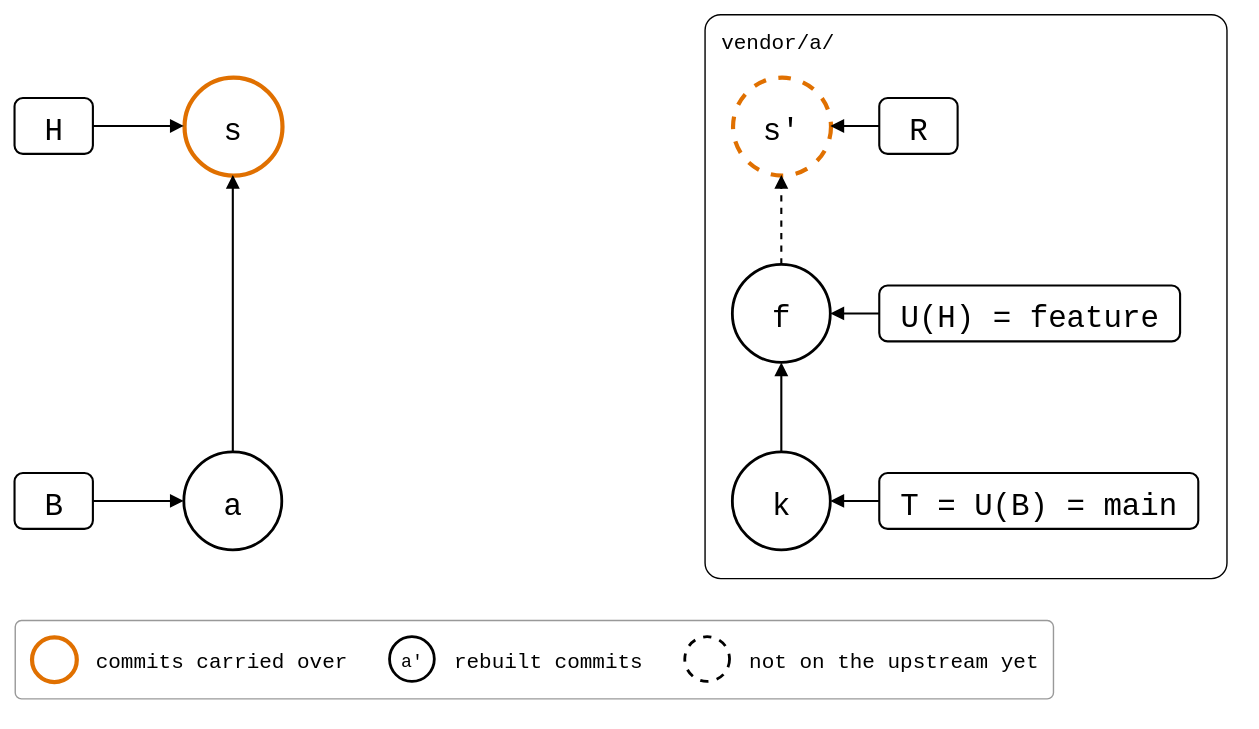
roschaefer/episodes keeps this draw.io diagram as git-splice/test/scenarios/03-branches-and-teamwork/03-squash-merged-pull/01-local-edit-in-the-squash/local-edit-in-the-squash.drawio.svg. Above is the earlier version. Source tidied: cells renumbered, new cells last; positions are measured from the earlier drawing's top-left corner, leaving out a move shared by most shapes.
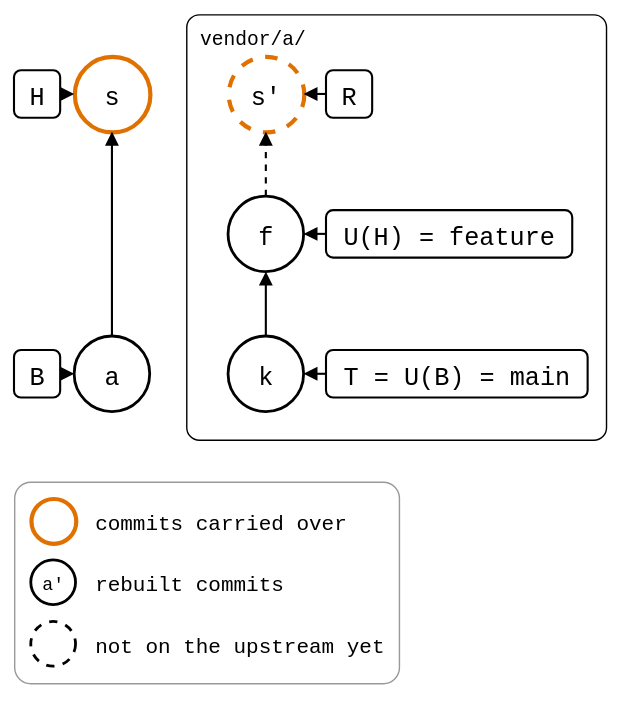
The same file after the commit.

Change to the diagram source:
```diff
@@ -2,65 +2,65 @@
   <root>
     <mxCell id="0" />
     <mxCell id="1" parent="0" />
-    <mxCell id="2" value="vendor/a/" style="rounded=1;arcSize=3;fillColor=none;strokeWidth=1;fontSize=15;verticalAlign=top;align=left;spacingLeft=10;spacingTop=4;fontFamily=Roboto Mono,monospace;" parent="1" vertex="1">
-      <mxGeometry x="493" width="373" height="403" as="geometry" />
+    <mxCell id="2" value="vendor/a/" style="rounded=1;arcSize=3;fillColor=none;strokeWidth=1;fontSize=14;verticalAlign=top;align=left;spacingLeft=8;spacingTop=2;fontFamily=Roboto Mono,monospace;" parent="1" vertex="1">
+      <mxGeometry x="32" y="-19" width="300" height="304" as="geometry" />
     </mxCell>
-    <mxCell id="3" value="a" style="ellipse;strokeWidth=2;fontSize=22;fontFamily=Roboto Mono,monospace;" parent="1" vertex="1">
-      <mxGeometry x="121" y="313" width="70" height="70" as="geometry" />
+    <mxCell id="3" value="a" style="ellipse;strokeWidth=2;fontSize=18;fontFamily=Roboto Mono,monospace;" parent="1" vertex="1">
+      <mxGeometry x="-48" y="211" width="54" height="54" as="geometry" />
     </mxCell>
-    <mxCell id="4" value="s" style="ellipse;fontSize=22;fontFamily=Roboto Mono,monospace;strokeColor=#E07000;strokeWidth=3;" parent="1" vertex="1">
-      <mxGeometry x="121" y="45" width="70" height="70" as="geometry" />
+    <mxCell id="4" value="s" style="ellipse;fontSize=18;fontFamily=Roboto Mono,monospace;strokeColor=#E07000;strokeWidth=3;" parent="1" vertex="1">
+      <mxGeometry x="-48" y="11" width="54" height="54" as="geometry" />
     </mxCell>
+    <mxCell id="8" value="H" style="rounded=1;strokeWidth=1.5;fontSize=18;fontFamily=Roboto Mono,monospace;" parent="1" vertex="1">
+      <mxGeometry x="-91" y="21" width="33" height="34" as="geometry" />
+    </mxCell>
+    <mxCell id="10" value="B" style="rounded=1;strokeWidth=1.5;fontSize=18;fontFamily=Roboto Mono,monospace;" parent="1" vertex="1">
+      <mxGeometry x="-91" y="221" width="33" height="34" as="geometry" />
+    </mxCell>
-    <mxCell id="5" value="k" style="ellipse;strokeWidth=2;fontSize=22;fontFamily=Roboto Mono,monospace;" parent="1" vertex="1">
-      <mxGeometry x="513" y="313" width="70" height="70" as="geometry" />
+    <mxCell id="5" value="k" style="ellipse;strokeWidth=2;fontSize=18;fontFamily=Roboto Mono,monospace;" parent="1" vertex="1">
+      <mxGeometry x="62" y="211" width="54" height="54" as="geometry" />
     </mxCell>
-    <mxCell id="6" value="f" style="ellipse;strokeWidth=2;fontSize=22;fontFamily=Roboto Mono,monospace;" parent="1" vertex="1">
-      <mxGeometry x="513" y="179" width="70" height="70" as="geometry" />
+    <mxCell id="6" value="f" style="ellipse;strokeWidth=2;fontSize=18;fontFamily=Roboto Mono,monospace;" parent="1" vertex="1">
+      <mxGeometry x="62" y="111" width="54" height="54" as="geometry" />
     </mxCell>
-    <mxCell id="7" value="s'" style="ellipse;fontSize=22;fontFamily=Roboto Mono,monospace;dashed=1;strokeColor=#E07000;strokeWidth=3;" parent="1" vertex="1">
-      <mxGeometry x="513" y="45" width="70" height="70" as="geometry" />
+    <mxCell id="7" value="s'" style="ellipse;fontSize=18;fontFamily=Roboto Mono,monospace;dashed=1;strokeColor=#E07000;strokeWidth=3;" parent="1" vertex="1">
+      <mxGeometry x="62" y="11" width="54" height="54" as="geometry" />
     </mxCell>
-    <mxCell id="8" value="H" style="rounded=1;strokeWidth=1.5;fontSize=22;fontFamily=Roboto Mono,monospace;" parent="1" vertex="1">
-      <mxGeometry y="60" width="56" height="40" as="geometry" />
-    </mxCell>
+    <mxCell id="12" value="T = U(B) = main" style="rounded=1;strokeWidth=1.5;fontSize=18;fontFamily=Roboto Mono,monospace;" parent="1" vertex="1">
+      <mxGeometry x="132" y="221" width="187" height="34" as="geometry" />
+    </mxCell>
+    <mxCell id="14" value="U(H) = feature" style="rounded=1;strokeWidth=1.5;fontSize=18;fontFamily=Roboto Mono,monospace;" parent="1" vertex="1">
+      <mxGeometry x="132" y="121" width="176" height="34" as="geometry" />
+    </mxCell>
+    <mxCell id="16" value="R" style="rounded=1;strokeWidth=1.5;fontSize=18;fontFamily=Roboto Mono,monospace;" parent="1" vertex="1">
+      <mxGeometry x="132" y="21" width="33" height="34" as="geometry" />
+    </mxCell>
-    <mxCell id="9" style="endArrow=block;endFill=1;html=1;strokeWidth=1.5;rounded=0;" parent="1" edge="1" source="8" target="4">
+    <mxCell id="9" style="endArrow=block;endFill=1;html=1;strokeWidth=1.5;rounded=0;" parent="1" edge="1" source="3" target="4">
       <mxGeometry relative="1" as="geometry" />
     </mxCell>
-    <mxCell id="10" value="B" style="rounded=1;strokeWidth=1.5;fontSize=22;fontFamily=Roboto Mono,monospace;" parent="1" vertex="1">
-      <mxGeometry y="328" width="56" height="40" as="geometry" />
-    </mxCell>
-    <mxCell id="11" style="endArrow=block;endFill=1;html=1;strokeWidth=1.5;rounded=0;" parent="1" edge="1" source="10" target="3">
+    <mxCell id="11" style="endArrow=block;endFill=1;html=1;strokeWidth=1.5;rounded=0;" parent="1" edge="1" source="8" target="4">
       <mxGeometry relative="1" as="geometry" />
     </mxCell>
-    <mxCell id="12" value="T = U(B) = main" style="rounded=1;strokeWidth=1.5;fontSize=22;fontFamily=Roboto Mono,monospace;" parent="1" vertex="1">
-      <mxGeometry x="618" y="328" width="228" height="40" as="geometry" />
-    </mxCell>
-    <mxCell id="13" style="endArrow=block;endFill=1;html=1;strokeWidth=1.5;rounded=0;" parent="1" edge="1" source="12" target="5">
+    <mxCell id="13" style="endArrow=block;endFill=1;html=1;strokeWidth=1.5;rounded=0;" parent="1" edge="1" source="10" target="3">
       <mxGeometry relative="1" as="geometry" />
     </mxCell>
-    <mxCell id="14" value="U(H) = feature" style="rounded=1;strokeWidth=1.5;fontSize=22;fontFamily=Roboto Mono,monospace;" parent="1" vertex="1">
-      <mxGeometry x="618" y="194" width="215" height="40" as="geometry" />
-    </mxCell>
-    <mxCell id="15" style="endArrow=block;endFill=1;html=1;strokeWidth=1.5;rounded=0;" parent="1" edge="1" source="14" target="6">
+    <mxCell id="15" style="endArrow=block;endFill=1;html=1;strokeWidth=1.5;rounded=0;" parent="1" edge="1" source="5" target="6">
       <mxGeometry relative="1" as="geometry" />
     </mxCell>
-    <mxCell id="16" value="R" style="rounded=1;strokeWidth=1.5;fontSize=22;fontFamily=Roboto Mono,monospace;" parent="1" vertex="1">
-      <mxGeometry x="618" y="60" width="56" height="40" as="geometry" />
-    </mxCell>
-    <mxCell id="17" style="endArrow=block;endFill=1;html=1;strokeWidth=1.5;rounded=0;" parent="1" edge="1" source="16" target="7">
+    <mxCell id="17" style="endArrow=block;endFill=1;html=1;strokeWidth=1.5;rounded=0;dashed=1;" parent="1" edge="1" source="6" target="7">
       <mxGeometry relative="1" as="geometry" />
     </mxCell>
-    <mxCell id="18" style="endArrow=block;endFill=1;html=1;strokeWidth=1.5;rounded=0;" parent="1" edge="1" source="3" target="4">
+    <mxCell id="18" style="endArrow=block;endFill=1;html=1;strokeWidth=1.5;rounded=0;" parent="1" edge="1" source="12" target="5">
       <mxGeometry relative="1" as="geometry" />
     </mxCell>
-    <mxCell id="19" style="endArrow=block;endFill=1;html=1;strokeWidth=1.5;rounded=0;" parent="1" edge="1" source="5" target="6">
+    <mxCell id="19" style="endArrow=block;endFill=1;html=1;strokeWidth=1.5;rounded=0;" parent="1" edge="1" source="14" target="6">
       <mxGeometry relative="1" as="geometry" />
     </mxCell>
-    <mxCell id="20" style="endArrow=block;endFill=1;html=1;strokeWidth=1.5;rounded=0;dashed=1;" parent="1" edge="1" source="6" target="7">
+    <mxCell id="20" style="endArrow=block;endFill=1;html=1;strokeWidth=1.5;rounded=0;" parent="1" edge="1" source="16" target="7">
       <mxGeometry relative="1" as="geometry" />
     </mxCell>
     <mxCell id="21" style="rounded=1;arcSize=8;fillColor=none;strokeColor=#999999;strokeWidth=1;legend=1;" parent="1" vertex="1">
-      <mxGeometry y="433" width="742" height="56" as="geometry" />
+      <mxGeometry x="-91" y="315" width="275" height="144" as="geometry" />
     </mxCell>
     <mxCell id="22" style="ellipse;fontSize=13;fontFamily=Roboto Mono,monospace;strokeColor=#E07000;strokeWidth=3;" parent="21" vertex="1">
       <mxGeometry x="12" y="12" width="32" height="32" as="geometry" />
@@ -69,16 +69,16 @@
       <mxGeometry x="56" y="12" width="180" height="32" as="geometry" />
     </mxCell>
     <mxCell id="24" value="a'" style="ellipse;fontSize=13;fontFamily=Roboto Mono,monospace;strokeWidth=2;" parent="21" vertex="1">
-      <mxGeometry x="268" y="12" width="32" height="32" as="geometry" />
+      <mxGeometry x="12" y="56" width="32" height="32" as="geometry" />
     </mxCell>
     <mxCell id="25" value="rebuilt commits" style="text;align=left;verticalAlign=middle;fontSize=15;fontFamily=Roboto Mono,monospace;" parent="21" vertex="1">
-      <mxGeometry x="312" y="12" width="135" height="32" as="geometry" />
+      <mxGeometry x="56" y="56" width="135" height="32" as="geometry" />
     </mxCell>
     <mxCell id="26" style="ellipse;fontSize=13;fontFamily=Roboto Mono,monospace;strokeWidth=2;dashed=1;" parent="21" vertex="1">
-      <mxGeometry x="479" y="12" width="32" height="32" as="geometry" />
+      <mxGeometry x="12" y="100" width="32" height="32" as="geometry" />
     </mxCell>
     <mxCell id="27" value="not on the upstream yet" style="text;align=left;verticalAlign=middle;fontSize=15;fontFamily=Roboto Mono,monospace;" parent="21" vertex="1">
-      <mxGeometry x="523" y="12" width="207" height="32" as="geometry" />
+      <mxGeometry x="56" y="100" width="207" height="32" as="geometry" />
     </mxCell>
   </root>
 </mxGraphModel>
```
